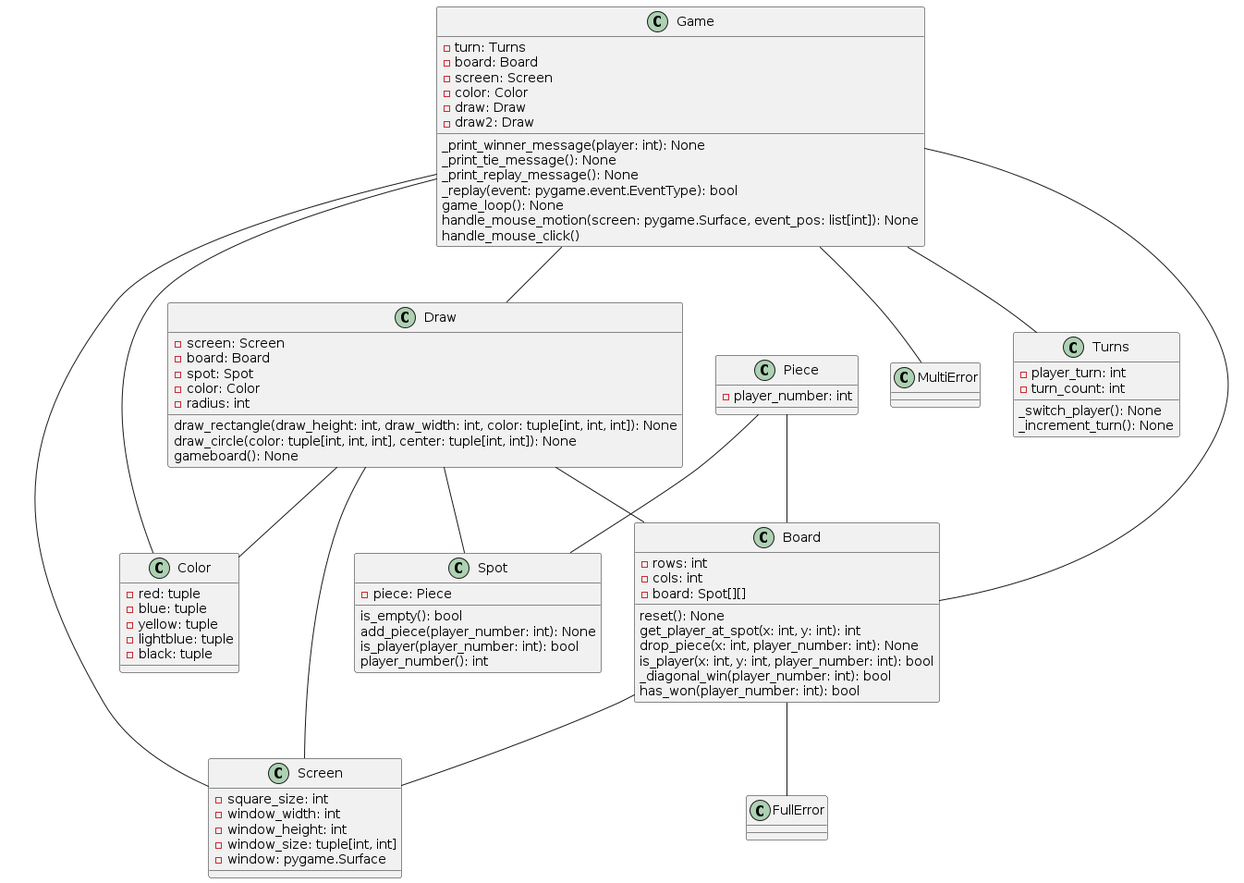
austin-s970/OOP-Connect4 keeps this PlantUML diagram as design-analysis/Logical_View.png. Above is the earlier version.
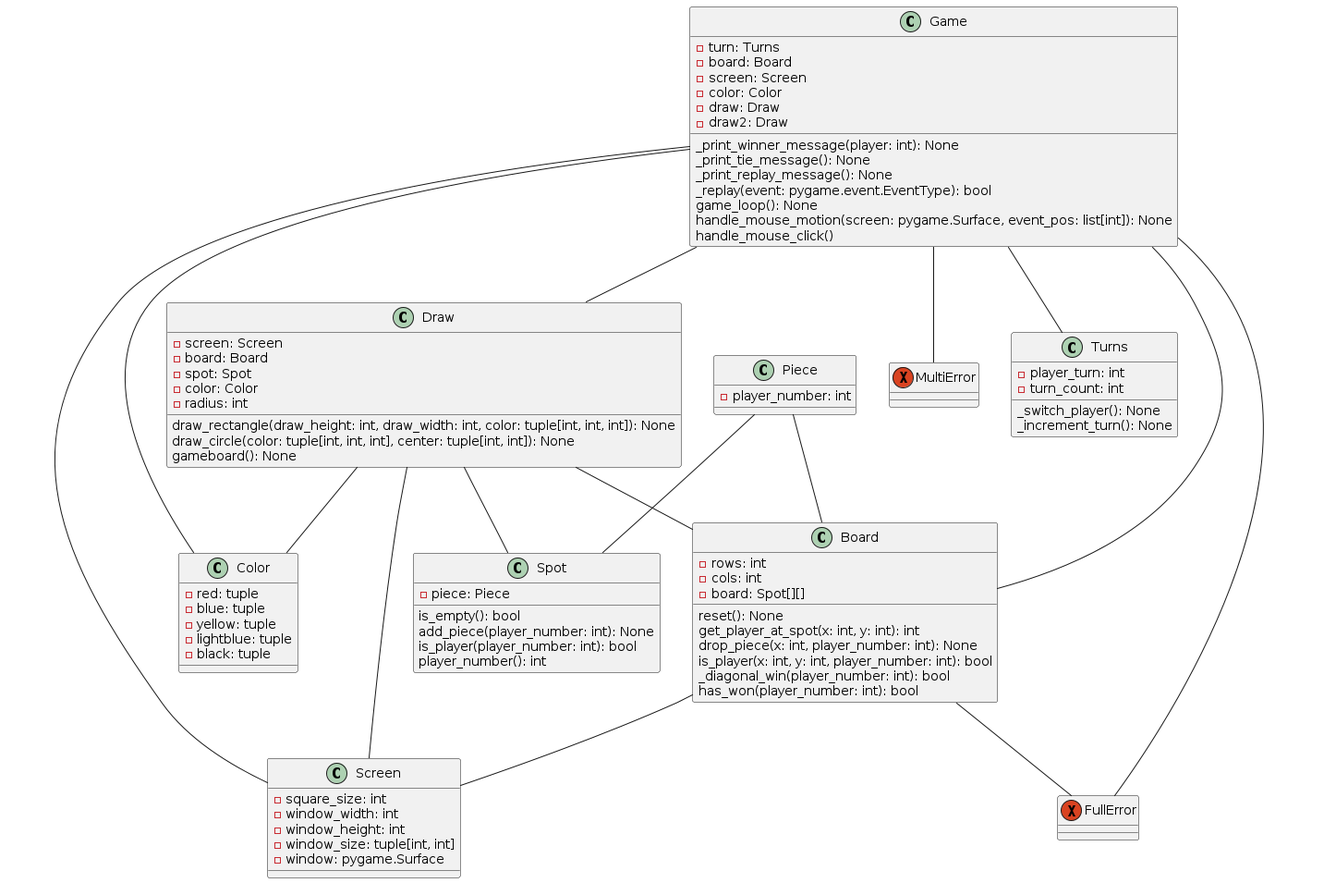
Later version of the same file.

Commit message:
updated design analysis

Change to the diagram source:
```diff
@@ -74,23 +74,27 @@
   -black: tuple
 }
 
+exception MultiError
+
+exception FullError
+
 Game -- Turns
 Game -- Board
 Game -- Screen
 Game -- Color
 Game -- Draw
+Game -- FullError
+Game -- MultiError
+
 Board -- Screen
+Board -- FullError
+
 Piece -- Spot
 Piece -- Board
+
 Draw -- Board
 Draw -- Screen
 Draw -- Color
 Draw -- Spot
 
-class MultiError
-class FullError
-
-Game -- MultiError
-Board -- FullError
-
 @enduml
```
